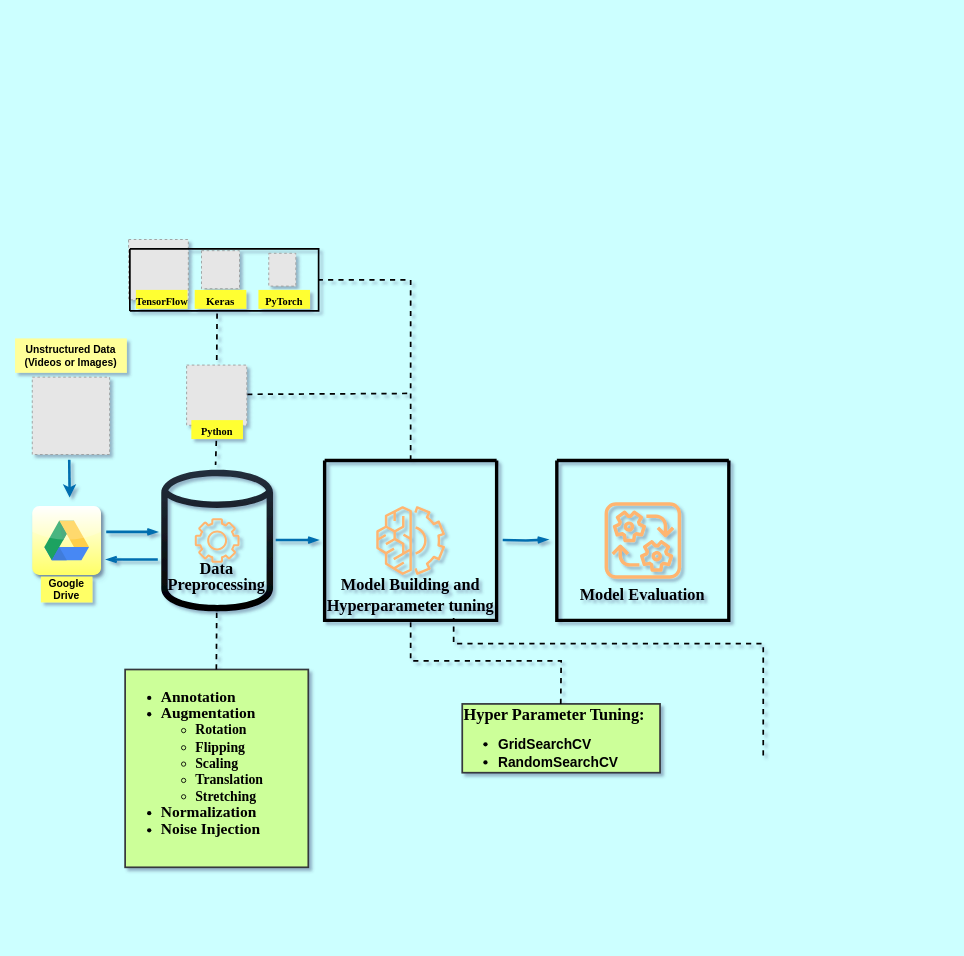
This is Untitled Diagram.drawio from bogathimadhureddy/Egg_crack_detection, a draw.io file, before an edit. Source tidied: cells renumbered, new cells numbered last; positions are measured from the earlier drawing's top-left corner, leaving out a move shared by most shapes. Both pictures are drawn from the tidied source at 86%, with x=0, y=0 at pixel (15, 239). Pictures stored in the file or linked from it are replaced by grey dashed boxes.
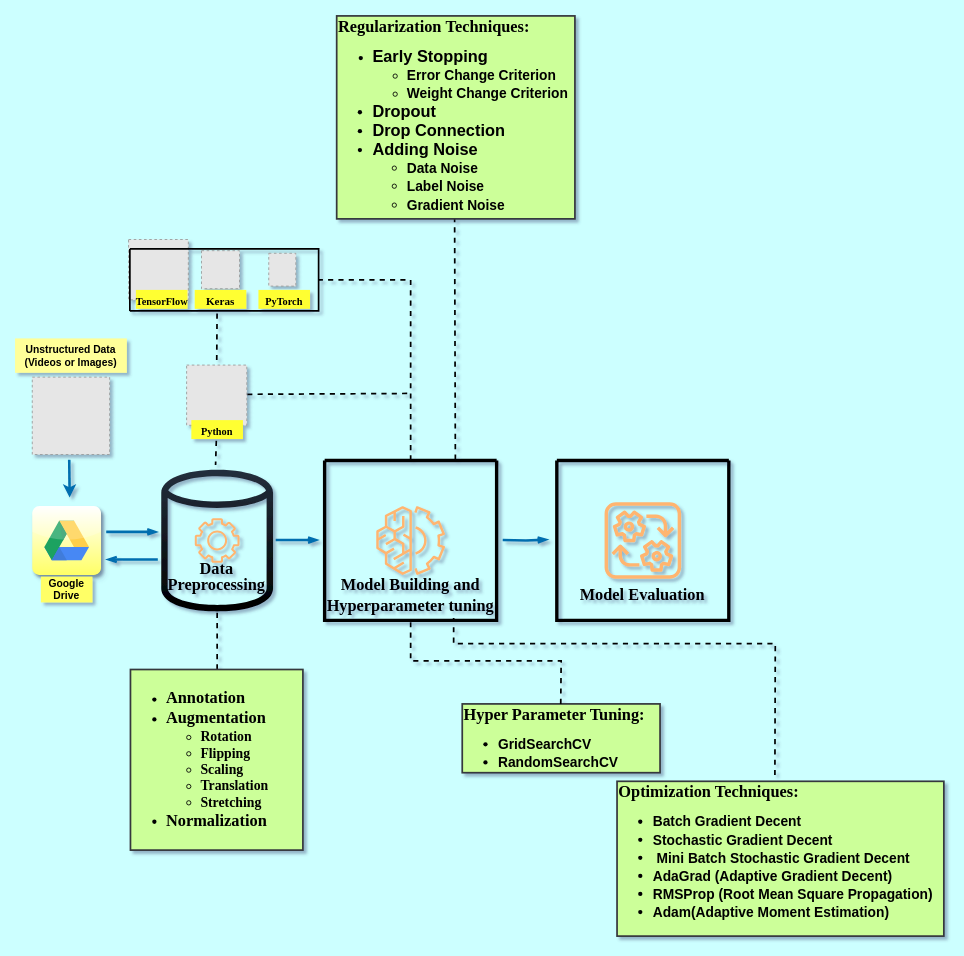
The same page after the edit.

Unchanged cells that the change refers to:
```xml
<mxCell id="11" style="sketch=0;outlineConnect=0;fontColor=#232F3E;gradientColor=default;fillColor=#232F3D;strokeColor=none;dashed=0;verticalLabelPosition=bottom;verticalAlign=top;align=center;html=1;fontSize=12;fontStyle=0;shape=mxgraph.aws4.generic_database;strokeWidth=3;" parent="10" vertex="1">
  <mxGeometry x="3" width="130" height="171.9" as="geometry" />
</mxCell>
```

Diff of the diagram source:
```diff
@@
-    <mxCell id="39" style="group;" parent="1" vertex="1">
-      <mxGeometry x="128" y="500" width="213" height="230" as="geometry" />
-    </mxCell>
-    <mxCell id="40" value="&lt;blockquote style=&quot;margin: 0 0 0 40px; border: none; padding: 0px;&quot;&gt;&lt;/blockquote&gt;&lt;ul style=&quot;line-height: 120%; font-size: 16px;&quot;&gt;&lt;li style=&quot;&quot;&gt;&lt;b style=&quot;&quot;&gt;&lt;font style=&quot;font-size: 18px;&quot; face=&quot;Times New Roman&quot; color=&quot;#000000&quot;&gt;Annotation&lt;/font&gt;&lt;/b&gt;&lt;/li&gt;&lt;li style=&quot;&quot;&gt;&lt;b&gt;&lt;font style=&quot;font-size: 18px;&quot; face=&quot;Times New Roman&quot; color=&quot;#000000&quot;&gt;Augmentation&lt;/font&gt;&lt;/b&gt;&lt;/li&gt;&lt;ul&gt;&lt;li style=&quot;&quot;&gt;&lt;b style=&quot;&quot;&gt;&lt;font style=&quot;font-size: 16px;&quot; face=&quot;Times New Roman&quot; color=&quot;#000000&quot;&gt;Rotation&lt;/font&gt;&lt;/b&gt;&lt;/li&gt;&lt;li style=&quot;&quot;&gt;&lt;b style=&quot;&quot;&gt;&lt;font style=&quot;font-size: 16px;&quot; face=&quot;Times New Roman&quot; color=&quot;#000000&quot;&gt;Flipping&lt;/font&gt;&lt;/b&gt;&lt;/li&gt;&lt;li style=&quot;&quot;&gt;&lt;b style=&quot;&quot;&gt;&lt;font style=&quot;font-size: 16px;&quot; face=&quot;Times New Roman&quot; color=&quot;#000000&quot;&gt;Scaling&lt;/font&gt;&lt;/b&gt;&lt;/li&gt;&lt;li style=&quot;&quot;&gt;&lt;b style=&quot;&quot;&gt;&lt;font style=&quot;font-size: 16px;&quot; face=&quot;Times New Roman&quot; color=&quot;#000000&quot;&gt;Translation&lt;/font&gt;&lt;/b&gt;&lt;/li&gt;&lt;li style=&quot;&quot;&gt;&lt;b style=&quot;&quot;&gt;&lt;font style=&quot;font-size: 16px;&quot; face=&quot;Times New Roman&quot; color=&quot;#000000&quot;&gt;Stretching&amp;nbsp;&lt;/font&gt;&lt;/b&gt;&lt;/li&gt;&lt;/ul&gt;&lt;li style=&quot;&quot;&gt;&lt;b style=&quot;&quot;&gt;&lt;font style=&quot;font-size: 18px;&quot; face=&quot;Times New Roman&quot; color=&quot;#000000&quot;&gt;Normalization&lt;/font&gt;&lt;/b&gt;&lt;/li&gt;&lt;li style=&quot;&quot;&gt;&lt;font style=&quot;font-size: 18px;&quot; face=&quot;Times New Roman&quot; color=&quot;#000000&quot;&gt;&lt;b&gt;Noise Injection&amp;nbsp;&lt;/b&gt;&lt;/font&gt;&lt;/li&gt;&lt;/ul&gt;&lt;blockquote style=&quot;margin: 0 0 0 40px; border: none; padding: 0px;&quot;&gt;&lt;/blockquote&gt;" style="strokeWidth=2;shadow=0;align=right;html=1;shape=mxgraph.mockup.text.bulletedList;textColor=#666666;mainText=,,,,;textSize=17;bulletStyle=none;strokeColor=#36393d;fillColor=#CCFF99;align=left;verticalAlign=top;fontSize=17;labelBorderColor=none;rotation=0;flipV=1;flipH=1;" parent="39" vertex="1">
-      <mxGeometry width="213" height="230" as="geometry" />
-    </mxCell>
-    <mxCell id="41" style="endArrow=none;dashed=1;html=1;strokeWidth=2;rounded=0;hachureGap=4;fontFamily=Architects Daughter;fontSize=16;exitX=0.502;exitY=1;exitDx=0;exitDy=0;exitPerimeter=0;" parent="39" edge="1" source="40" target="11">
-      <mxGeometry relative="1" as="geometry" />
-    </mxCell>
@@
-    <mxCell id="45" style="endArrow=none;dashed=1;html=1;strokeWidth=2;rounded=0;hachureGap=4;fontFamily=Architects Daughter;fontSize=16;" parent="1" edge="1">
+    <mxCell id="45" style="endArrow=none;dashed=1;html=1;strokeWidth=2;rounded=0;hachureGap=4;fontFamily=Architects Daughter;fontSize=16;exitX=0.517;exitY=1.04;exitDx=0;exitDy=0;exitPerimeter=0;" parent="1" edge="1" source="46">
       <mxGeometry relative="1" as="geometry">
-        <mxPoint x="870" y="600" as="sourcePoint" />
         <mxPoint x="510" y="440" as="targetPoint" />
         <Array as="points">
-          <mxPoint x="870" y="470" />
+          <mxPoint x="884" y="470" />
           <mxPoint x="690" y="470" />
           <mxPoint x="510" y="470" />
         </Array>
       </mxGeometry>
     </mxCell>
+    <mxCell id="46" value="&lt;blockquote style=&quot;margin: 0 0 0 40px; border: none; padding: 0px;&quot;&gt;&lt;/blockquote&gt;&lt;span style=&quot;background-color: initial;&quot;&gt;&lt;div style=&quot;line-height: 70%;&quot;&gt;&lt;span style=&quot;background-color: initial;&quot;&gt;&lt;font style=&quot;&quot; face=&quot;Times New Roman&quot; color=&quot;#000000&quot;&gt;&lt;span style=&quot;font-weight: bold; font-size: 19px;&quot;&gt;Optimization &lt;/span&gt;&lt;span style=&quot;font-size: 19px;&quot;&gt;&lt;b&gt;Techniques&lt;/b&gt;&lt;/span&gt;&lt;span style=&quot;font-weight: bold; font-size: 19px;&quot;&gt;:&lt;/span&gt;&lt;/font&gt;&lt;font style=&quot;font-weight: bold; font-size: 18px;&quot; face=&quot;Times New Roman&quot; color=&quot;#000000&quot;&gt;&amp;nbsp;&lt;/font&gt;&lt;/span&gt;&lt;/div&gt;&lt;/span&gt;&lt;ul style=&quot;line-height: 124%;&quot;&gt;&lt;li&gt;&lt;span style=&quot;font-size: 16px;&quot;&gt;&lt;b&gt;Batch Gradient Decent&amp;nbsp;&lt;/b&gt;&lt;/span&gt;&lt;/li&gt;&lt;li&gt;&lt;span style=&quot;font-size: 16px;&quot;&gt;&lt;b&gt;Stochastic Gradient Decent&lt;/b&gt;&lt;/span&gt;&lt;/li&gt;&lt;li&gt;&lt;span style=&quot;font-size: 16px;&quot;&gt;&lt;b&gt;&amp;nbsp;Mini Batch Stochastic Gradient Decent&lt;/b&gt;&lt;/span&gt;&lt;/li&gt;&lt;li&gt;&lt;span style=&quot;font-size: 16px;&quot;&gt;&lt;b&gt;AdaGrad (Adaptive Gradient Decent)&lt;/b&gt;&lt;/span&gt;&lt;/li&gt;&lt;li&gt;&lt;span style=&quot;font-size: 16px;&quot;&gt;&lt;b&gt;RMSProp (Root Mean Square Propagation)&lt;/b&gt;&lt;/span&gt;&lt;/li&gt;&lt;li&gt;&lt;span style=&quot;font-size: 16px;&quot;&gt;&lt;b&gt;Adam(Adaptive Moment Estimation)&lt;/b&gt;&lt;/span&gt;&lt;/li&gt;&lt;/ul&gt;&lt;blockquote style=&quot;margin: 0 0 0 40px; border: none; padding: 0px;&quot;&gt;&lt;/blockquote&gt;" style="strokeWidth=2;shadow=0;align=right;html=1;shape=mxgraph.mockup.text.bulletedList;textColor=#666666;mainText=,,,,;textSize=17;bulletStyle=none;strokeColor=#36393d;fillColor=#CCFF99;align=left;verticalAlign=top;fontSize=17;labelBorderColor=none;rotation=0;flipV=1;flipH=1;" parent="1" vertex="1">
+      <mxGeometry x="700" y="630" width="380" height="180" as="geometry" />
+    </mxCell>
+    <mxCell id="47" style="endArrow=none;dashed=1;html=1;rounded=0;hachureGap=4;fontFamily=Architects Daughter;fontSize=16;strokeWidth=2;exitX=0.505;exitY=0.009;exitDx=0;exitDy=0;exitPerimeter=0;" parent="1" edge="1" source="48">
+      <mxGeometry relative="1" as="geometry">
+        <mxPoint x="512" y="257" as="targetPoint" />
+      </mxGeometry>
+    </mxCell>
+    <mxCell id="48" value="&lt;blockquote style=&quot;margin: 0 0 0 40px; border: none; padding: 0px;&quot;&gt;&lt;/blockquote&gt;&lt;span style=&quot;background-color: initial;&quot;&gt;&lt;div style=&quot;line-height: 70%;&quot;&gt;&lt;span style=&quot;background-color: initial;&quot;&gt;&lt;font style=&quot;&quot; face=&quot;Times New Roman&quot; color=&quot;#000000&quot;&gt;&lt;span style=&quot;font-weight: bold; font-size: 19px;&quot;&gt;Regularization&amp;nbsp;&lt;/span&gt;&lt;span style=&quot;font-size: 19px;&quot;&gt;&lt;b&gt;Techniques&lt;/b&gt;&lt;/span&gt;&lt;span style=&quot;font-weight: bold; font-size: 19px;&quot;&gt;:&lt;/span&gt;&lt;/font&gt;&lt;font style=&quot;font-weight: bold; font-size: 18px;&quot; face=&quot;Times New Roman&quot; color=&quot;#000000&quot;&gt;&amp;nbsp;&lt;/font&gt;&lt;/span&gt;&lt;/div&gt;&lt;/span&gt;&lt;ul style=&quot;line-height: 124%;&quot;&gt;&lt;li style=&quot;font-size: 16px;&quot;&gt;&lt;b&gt;&lt;font style=&quot;font-size: 19px;&quot;&gt;Early Stopping&lt;/font&gt;&lt;/b&gt;&lt;/li&gt;&lt;ul style=&quot;font-size: 16px;&quot;&gt;&lt;li&gt;&lt;b&gt;Error Change Criterion&amp;nbsp;&lt;/b&gt;&lt;/li&gt;&lt;li&gt;&lt;b&gt;Weight Change Criterion&lt;/b&gt;&lt;/li&gt;&lt;/ul&gt;&lt;li style=&quot;&quot;&gt;&lt;span style=&quot;font-size: 19px;&quot;&gt;&lt;b&gt;Dropout&lt;/b&gt;&lt;/span&gt;&lt;/li&gt;&lt;li style=&quot;&quot;&gt;&lt;span style=&quot;font-size: 19px;&quot;&gt;&lt;b&gt;Drop Connection&lt;/b&gt;&lt;/span&gt;&lt;/li&gt;&lt;li style=&quot;&quot;&gt;&lt;span style=&quot;font-size: 19px;&quot;&gt;&lt;b&gt;Adding Noise&amp;nbsp;&lt;/b&gt;&lt;/span&gt;&lt;/li&gt;&lt;ul&gt;&lt;li style=&quot;&quot;&gt;&lt;span style=&quot;font-size: 16px;&quot;&gt;&lt;b&gt;Data Noise&lt;/b&gt;&lt;/span&gt;&lt;/li&gt;&lt;li style=&quot;&quot;&gt;&lt;span style=&quot;font-size: 16px;&quot;&gt;&lt;b&gt;Label Noise&lt;/b&gt;&lt;/span&gt;&lt;/li&gt;&lt;li style=&quot;&quot;&gt;&lt;span style=&quot;font-size: 16px;&quot;&gt;&lt;b&gt;Gradient Noise&lt;/b&gt;&lt;/span&gt;&lt;/li&gt;&lt;/ul&gt;&lt;/ul&gt;&lt;blockquote style=&quot;margin: 0 0 0 40px; border: none; padding: 0px;&quot;&gt;&lt;/blockquote&gt;" style="strokeWidth=2;shadow=0;align=right;html=1;shape=mxgraph.mockup.text.bulletedList;textColor=#666666;mainText=,,,,;textSize=17;bulletStyle=none;strokeColor=#36393d;fillColor=#CCFF99;align=left;verticalAlign=top;fontSize=17;labelBorderColor=none;rotation=0;flipV=1;flipH=1;" parent="1" vertex="1">
+      <mxGeometry x="374" y="-260" width="277" height="236" as="geometry" />
+    </mxCell>
+    <mxCell id="41" style="endArrow=none;dashed=1;html=1;strokeWidth=2;rounded=0;hachureGap=4;fontFamily=Architects Daughter;fontSize=16;" parent="1" edge="1" target="11">
+      <mxGeometry relative="1" as="geometry">
+        <mxPoint x="235" y="500" as="sourcePoint" />
+      </mxGeometry>
+    </mxCell>
+    <mxCell id="49" value="&lt;ul style=&quot;font-size: 16px;&quot;&gt;&lt;li&gt;&lt;font face=&quot;Times New Roman&quot;&gt;&lt;span style=&quot;font-size: 19px;&quot;&gt;&lt;b&gt;Annotation&lt;/b&gt;&lt;/span&gt;&lt;/font&gt;&lt;/li&gt;&lt;li&gt;&lt;font face=&quot;Times New Roman&quot;&gt;&lt;span style=&quot;font-size: 19px;&quot;&gt;&lt;b&gt;Augmentation&lt;/b&gt;&lt;/span&gt;&lt;/font&gt;&lt;/li&gt;&lt;ul&gt;&lt;li style=&quot;&quot;&gt;&lt;font style=&quot;font-size: 16px;&quot; face=&quot;Times New Roman&quot;&gt;&lt;span style=&quot;&quot;&gt;&lt;b&gt;Rotation&amp;nbsp;&lt;/b&gt;&lt;/span&gt;&lt;/font&gt;&lt;/li&gt;&lt;li style=&quot;&quot;&gt;&lt;font style=&quot;font-size: 16px;&quot; face=&quot;Times New Roman&quot;&gt;&lt;span style=&quot;&quot;&gt;&lt;b&gt;Flipping&amp;nbsp;&lt;/b&gt;&lt;/span&gt;&lt;/font&gt;&lt;/li&gt;&lt;li style=&quot;&quot;&gt;&lt;font style=&quot;font-size: 16px;&quot; face=&quot;Times New Roman&quot;&gt;&lt;span style=&quot;&quot;&gt;&lt;b&gt;Scaling&amp;nbsp;&lt;/b&gt;&lt;/span&gt;&lt;/font&gt;&lt;/li&gt;&lt;li style=&quot;&quot;&gt;&lt;font style=&quot;font-size: 16px;&quot; face=&quot;Times New Roman&quot;&gt;&lt;span style=&quot;&quot;&gt;&lt;b&gt;Translation&amp;nbsp;&lt;/b&gt;&lt;/span&gt;&lt;/font&gt;&lt;/li&gt;&lt;li style=&quot;&quot;&gt;&lt;font style=&quot;font-size: 16px;&quot; face=&quot;Times New Roman&quot;&gt;&lt;span style=&quot;&quot;&gt;&lt;b&gt;Stretching&lt;/b&gt;&lt;/span&gt;&lt;/font&gt;&lt;/li&gt;&lt;/ul&gt;&lt;li&gt;&lt;font face=&quot;Times New Roman&quot;&gt;&lt;span style=&quot;font-size: 19px;&quot;&gt;&lt;b&gt;Normalization&amp;nbsp;&lt;/b&gt;&lt;/span&gt;&lt;/font&gt;&lt;/li&gt;&lt;/ul&gt;" style="strokeWidth=2;shadow=0;align=right;html=1;shape=mxgraph.mockup.text.bulletedList;textColor=#666666;mainText=,,,,;textSize=17;bulletStyle=none;strokeColor=#36393d;fillColor=#CCFF99;align=left;verticalAlign=top;fontSize=17;labelBorderColor=none;rotation=0;flipV=1;flipH=1;" parent="1" vertex="1">
+      <mxGeometry x="134.2" y="500" width="200.5" height="210" as="geometry" />
+    </mxCell>
```
